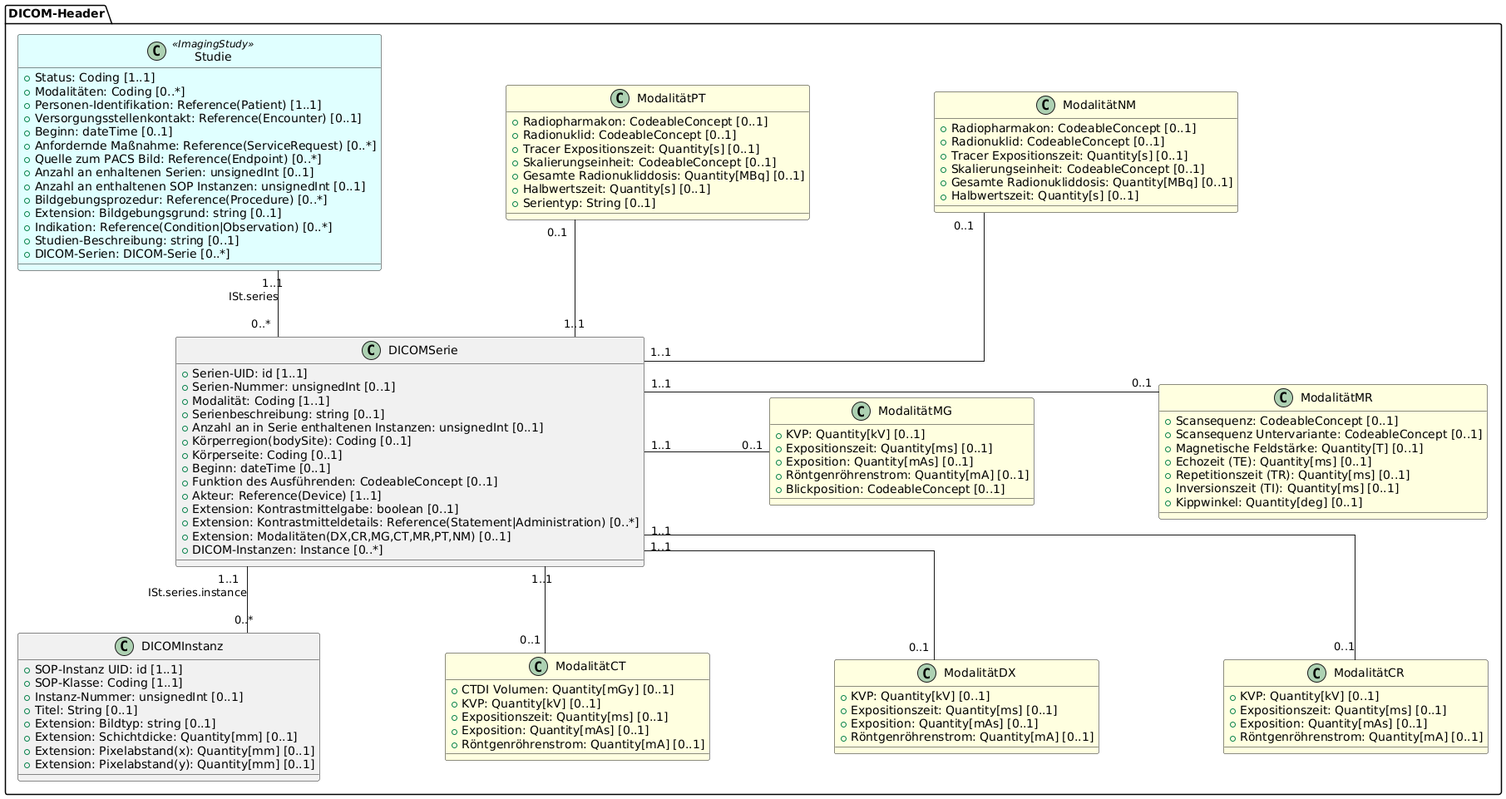
Above: implementation-guides/ImplementationGuide-Common/images/UML_Metadaten.png in medizininformatik-initiative/kerndatensatz-bildgebung (PlantUML), before the change.
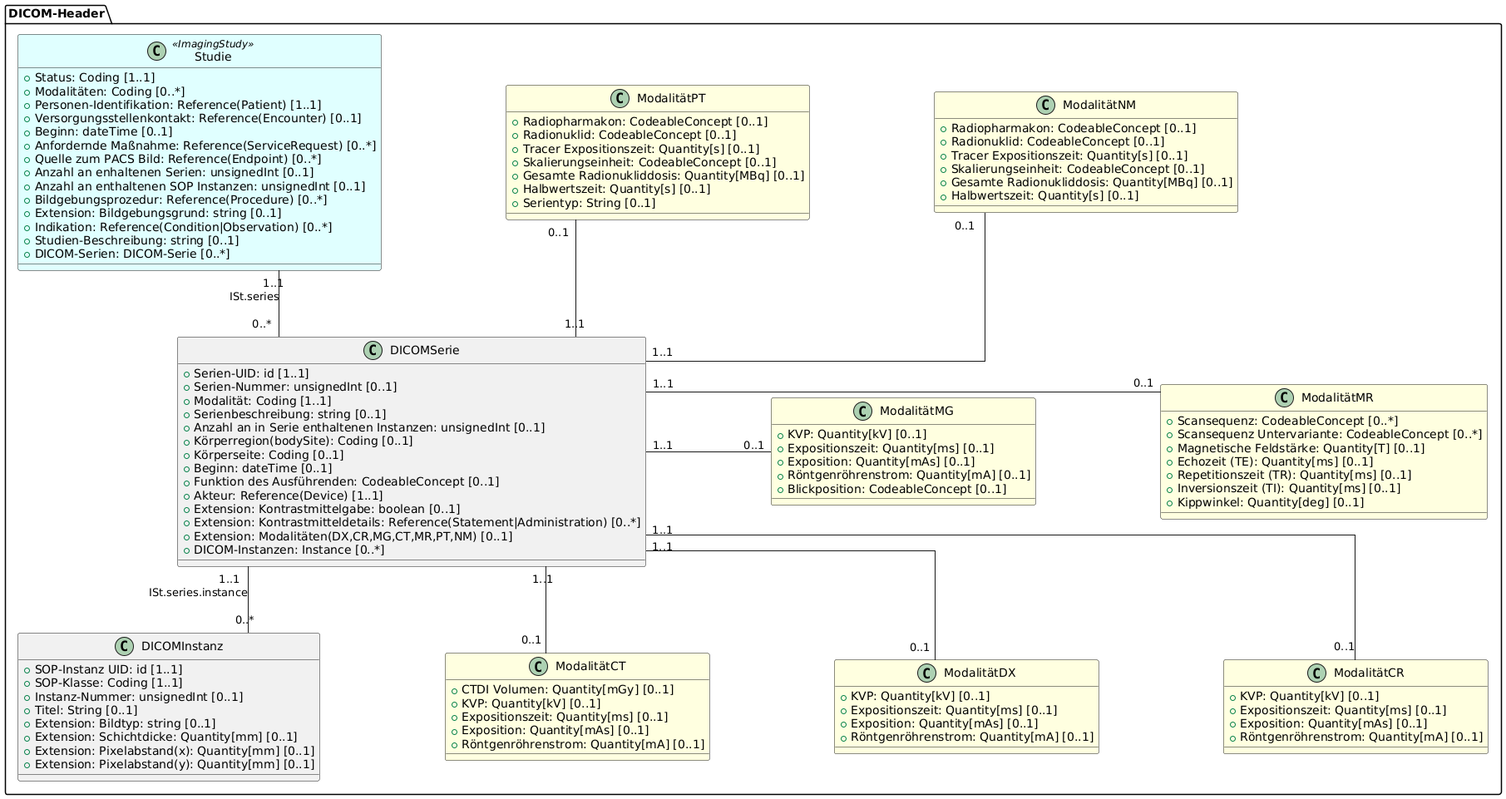
After the change.

Commit message:
Typofix UML Meta

Change to the diagram source:
```diff
@@ -51,8 +51,8 @@
   }
 
   class ModalitätMR #LightYellow {
-  + Scansequenz: CodeableConcept [0..1]
-  + Scansequenz Untervariante: CodeableConcept [0..1]
+  + Scansequenz: CodeableConcept [0..*]
+  + Scansequenz Untervariante: CodeableConcept [0..*]
   + Magnetische Feldstärke: Quantity[T] [0..1]
   + {field} Echozeit (TE): Quantity[ms] [0..1]
   + {field} Repetitionszeit (TR): Quantity[ms] [0..1]
```
